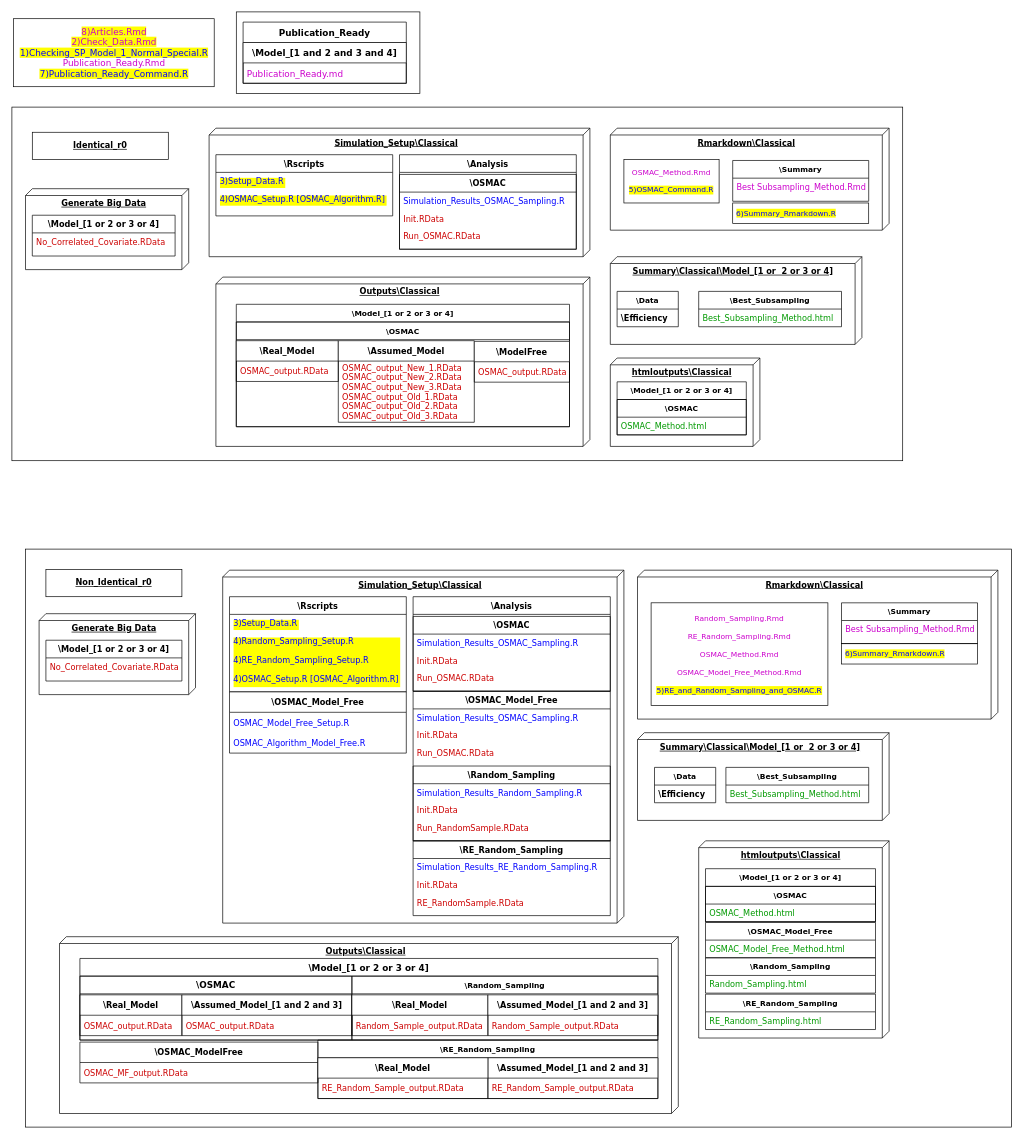
The draw.io diagram Images/Brief_FullDiagram.drawio in Amalan-ConStat/RS_OS_MROS_PR_TwoVar_Normal, before the edit. Source tidied: cells renumbered, new cells numbered last; positions are measured from the earlier drawing's top-left corner, leaving out a move shared by most shapes. Both pictures are drawn from the tidied source at 68%, with x=0, y=0 at pixel (12, 12).
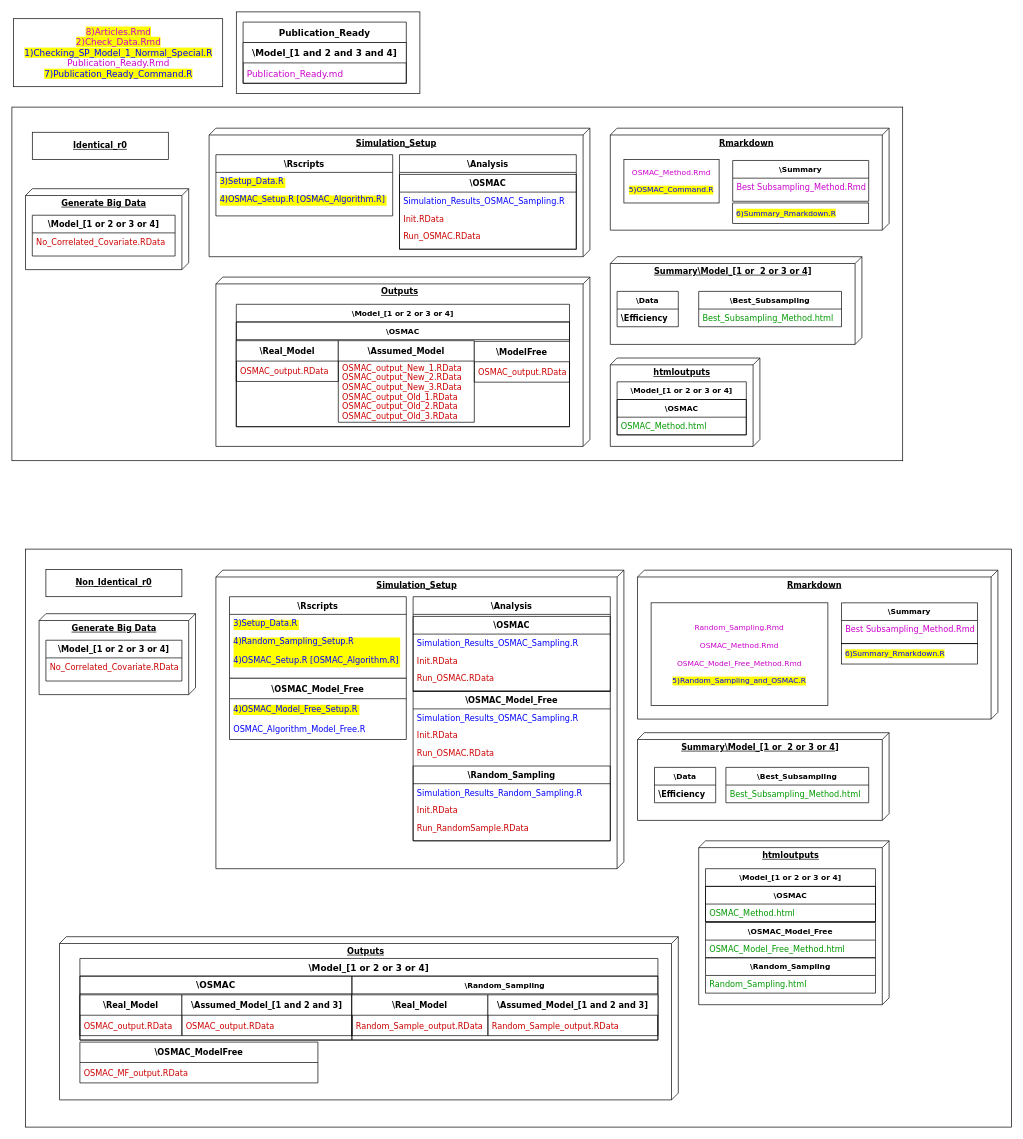
The same diagram, later.

What changed in the source:
```diff
@@
-    <mxCell id="6" value="htmloutputs\Classical&lt;br&gt;&lt;br&gt;" style="verticalAlign=top;align=center;spacingTop=8;spacingLeft=2;spacingRight=12;shape=cube;size=10;direction=south;fontStyle=5;html=1;rounded=0;shadow=0;comic=0;labelBackgroundColor=none;strokeWidth=1;fontFamily=Verdana;fontSize=12;" parent="1" vertex="1">
+    <mxCell id="6" value="htmloutputs&lt;br&gt;" style="verticalAlign=top;align=center;spacingTop=8;spacingLeft=2;spacingRight=12;shape=cube;size=10;direction=south;fontStyle=5;html=1;rounded=0;shadow=0;comic=0;labelBackgroundColor=none;strokeWidth=1;fontFamily=Verdana;fontSize=12;" parent="1" vertex="1">
       <mxGeometry x="880" y="509" width="220" height="130" as="geometry" />
     </mxCell>
-    <mxCell id="7" value="Outputs\Classical" style="verticalAlign=top;align=center;spacingTop=8;spacingLeft=2;spacingRight=12;shape=cube;size=10;direction=south;fontStyle=5;html=1;rounded=0;shadow=0;comic=0;labelBackgroundColor=none;strokeWidth=1;fontFamily=Verdana;fontSize=12;" parent="1" vertex="1">
+    <mxCell id="7" value="Outputs" style="verticalAlign=top;align=center;spacingTop=8;spacingLeft=2;spacingRight=12;shape=cube;size=10;direction=south;fontStyle=5;html=1;rounded=0;shadow=0;comic=0;labelBackgroundColor=none;strokeWidth=1;fontFamily=Verdana;fontSize=12;" parent="1" vertex="1">
       <mxGeometry x="300" y="390" width="550" height="249" as="geometry" />
     </mxCell>
-    <mxCell id="8" value="&lt;b&gt;Rmarkdown\Classical&lt;/b&gt;" style="verticalAlign=top;align=center;spacingTop=8;spacingLeft=2;spacingRight=12;shape=cube;size=10;direction=south;fontStyle=4;html=1;rounded=0;shadow=0;comic=0;labelBackgroundColor=none;strokeWidth=1;fontFamily=Verdana;fontSize=12;" parent="1" vertex="1">
+    <mxCell id="8" value="&lt;b&gt;Rmarkdown&lt;/b&gt;" style="verticalAlign=top;align=center;spacingTop=8;spacingLeft=2;spacingRight=12;shape=cube;size=10;direction=south;fontStyle=4;html=1;rounded=0;shadow=0;comic=0;labelBackgroundColor=none;strokeWidth=1;fontFamily=Verdana;fontSize=12;" parent="1" vertex="1">
       <mxGeometry x="880" y="171" width="410" height="150" as="geometry" />
     </mxCell>
-    <mxCell id="9" value="Simulation_Setup\Classical" style="verticalAlign=top;align=center;spacingTop=8;spacingLeft=2;spacingRight=12;shape=cube;size=10;direction=south;fontStyle=5;html=1;rounded=0;shadow=0;comic=0;labelBackgroundColor=none;strokeWidth=1;fontFamily=Verdana;fontSize=12;" parent="1" vertex="1">
+    <mxCell id="9" value="Simulation_Setup" style="verticalAlign=top;align=center;spacingTop=8;spacingLeft=2;spacingRight=12;shape=cube;size=10;direction=south;fontStyle=5;html=1;rounded=0;shadow=0;comic=0;labelBackgroundColor=none;strokeWidth=1;fontFamily=Verdana;fontSize=12;" parent="1" vertex="1">
       <mxGeometry x="290" y="171" width="560" height="189" as="geometry" />
     </mxCell>
-    <mxCell id="10" value="&lt;b&gt;Summary\Classical\Model_[1 or&amp;nbsp; 2 or 3 or 4]&lt;/b&gt;" style="verticalAlign=top;align=center;spacingTop=8;spacingLeft=2;spacingRight=12;shape=cube;size=10;direction=south;fontStyle=4;html=1;rounded=0;shadow=0;comic=0;labelBackgroundColor=none;strokeWidth=1;fontFamily=Verdana;fontSize=12;" parent="1" vertex="1">
+    <mxCell id="10" value="&lt;b&gt;Summary\Model_[1 or&amp;nbsp; 2 or 3 or 4]&lt;/b&gt;" style="verticalAlign=top;align=center;spacingTop=8;spacingLeft=2;spacingRight=12;shape=cube;size=10;direction=south;fontStyle=4;html=1;rounded=0;shadow=0;comic=0;labelBackgroundColor=none;strokeWidth=1;fontFamily=Verdana;fontSize=12;" parent="1" vertex="1">
       <mxGeometry x="880" y="360" width="370" height="129" as="geometry" />
     </mxCell>
@@
-    <mxCell id="22" value="&lt;font color=&quot;#0000ff&quot;&gt;&amp;nbsp;&lt;/font&gt;&lt;span style=&quot;background-color: rgb(255, 255, 0);&quot;&gt;&lt;span style=&quot;color: rgb(0, 0, 255); text-align: center;&quot;&gt;6)&lt;/span&gt;&lt;font color=&quot;#0000ff&quot;&gt;Summary_Rmarkdown.R&lt;/font&gt;&lt;/span&gt;" style="rounded=0;whiteSpace=wrap;html=1;fontSize=11;fontColor=#000000;strokeColor=#000000;fillColor=none;align=left;fontFamily=Verdana;" parent="1" vertex="1">
+    <mxCell id="22" value="&lt;font color=&quot;#0000ff&quot;&gt;&amp;nbsp;&lt;span style=&quot;background-color: rgb(255, 255, 0);&quot;&gt;6)Summary_Rmarkdown.R&lt;/span&gt;&lt;/font&gt;" style="rounded=0;whiteSpace=wrap;html=1;fontSize=11;fontColor=#000000;strokeColor=#000000;fillColor=none;align=left;fontFamily=Verdana;" parent="1" vertex="1">
       <mxGeometry x="1060" y="281" width="200" height="30" as="geometry" />
     </mxCell>
@@
-    <mxCell id="42" value="htmloutputs\Classical&lt;br&gt;&lt;br&gt;" style="verticalAlign=top;align=center;spacingTop=8;spacingLeft=2;spacingRight=12;shape=cube;size=10;direction=south;fontStyle=5;html=1;rounded=0;shadow=0;comic=0;labelBackgroundColor=none;strokeWidth=1;fontFamily=Verdana;fontSize=12;" parent="1" vertex="1">
-      <mxGeometry x="1010" y="1219" width="280" height="290" as="geometry" />
+    <mxCell id="42" value="htmloutputs&lt;br&gt;" style="verticalAlign=top;align=center;spacingTop=8;spacingLeft=2;spacingRight=12;shape=cube;size=10;direction=south;fontStyle=5;html=1;rounded=0;shadow=0;comic=0;labelBackgroundColor=none;strokeWidth=1;fontFamily=Verdana;fontSize=12;" parent="1" vertex="1">
+      <mxGeometry x="1010" y="1219" width="280" height="241" as="geometry" />
     </mxCell>
-    <mxCell id="43" value="Outputs\Classical" style="verticalAlign=top;align=center;spacingTop=8;spacingLeft=2;spacingRight=12;shape=cube;size=10;direction=south;fontStyle=5;html=1;rounded=0;shadow=0;comic=0;labelBackgroundColor=none;strokeWidth=1;fontFamily=Verdana;fontSize=12;" parent="1" vertex="1">
-      <mxGeometry x="70" y="1360" width="910" height="260" as="geometry" />
+    <mxCell id="43" value="Outputs" style="verticalAlign=top;align=center;spacingTop=8;spacingLeft=2;spacingRight=12;shape=cube;size=10;direction=south;fontStyle=5;html=1;rounded=0;shadow=0;comic=0;labelBackgroundColor=none;strokeWidth=1;fontFamily=Verdana;fontSize=12;" parent="1" vertex="1">
+      <mxGeometry x="70" y="1360" width="910" height="240" as="geometry" />
     </mxCell>
-    <mxCell id="44" value="&lt;b&gt;Rmarkdown\Classical&lt;/b&gt;" style="verticalAlign=top;align=center;spacingTop=8;spacingLeft=2;spacingRight=12;shape=cube;size=10;direction=south;fontStyle=4;html=1;rounded=0;shadow=0;comic=0;labelBackgroundColor=none;strokeWidth=1;fontFamily=Verdana;fontSize=12;" parent="1" vertex="1">
+    <mxCell id="44" value="&lt;b&gt;Rmarkdown&lt;/b&gt;" style="verticalAlign=top;align=center;spacingTop=8;spacingLeft=2;spacingRight=12;shape=cube;size=10;direction=south;fontStyle=4;html=1;rounded=0;shadow=0;comic=0;labelBackgroundColor=none;strokeWidth=1;fontFamily=Verdana;fontSize=12;" parent="1" vertex="1">
       <mxGeometry x="920" y="821" width="530" height="219" as="geometry" />
     </mxCell>
-    <mxCell id="45" value="Simulation_Setup\Classical" style="verticalAlign=top;align=center;spacingTop=8;spacingLeft=2;spacingRight=12;shape=cube;size=10;direction=south;fontStyle=5;html=1;rounded=0;shadow=0;comic=0;labelBackgroundColor=none;strokeWidth=1;fontFamily=Verdana;fontSize=12;" parent="1" vertex="1">
-      <mxGeometry x="310" y="821" width="590" height="519" as="geometry" />
+    <mxCell id="45" value="Simulation_Setup" style="verticalAlign=top;align=center;spacingTop=8;spacingLeft=2;spacingRight=12;shape=cube;size=10;direction=south;fontStyle=5;html=1;rounded=0;shadow=0;comic=0;labelBackgroundColor=none;strokeWidth=1;fontFamily=Verdana;fontSize=12;" parent="1" vertex="1">
+      <mxGeometry x="300" y="821" width="600" height="439" as="geometry" />
     </mxCell>
-    <mxCell id="46" value="&lt;b&gt;Summary\Classical\Model_[1 or&amp;nbsp; 2 or 3 or 4]&lt;/b&gt;" style="verticalAlign=top;align=center;spacingTop=8;spacingLeft=2;spacingRight=12;shape=cube;size=10;direction=south;fontStyle=4;html=1;rounded=0;shadow=0;comic=0;labelBackgroundColor=none;strokeWidth=1;fontFamily=Verdana;fontSize=12;" parent="1" vertex="1">
+    <mxCell id="46" value="&lt;b&gt;Summary\Model_[1 or&amp;nbsp; 2 or 3 or 4]&lt;/b&gt;" style="verticalAlign=top;align=center;spacingTop=8;spacingLeft=2;spacingRight=12;shape=cube;size=10;direction=south;fontStyle=4;html=1;rounded=0;shadow=0;comic=0;labelBackgroundColor=none;strokeWidth=1;fontFamily=Verdana;fontSize=12;" parent="1" vertex="1">
       <mxGeometry x="920" y="1060" width="370" height="129" as="geometry" />
     </mxCell>
@@
     <mxCell id="49" value="\Rscripts" style="swimlane;fontStyle=1;horizontal=1;startSize=26;fontFamily=Verdana;" parent="1" vertex="1">
-      <mxGeometry x="320" y="860" width="260" height="140" as="geometry" />
+      <mxGeometry x="320" y="860" width="260" height="120" as="geometry" />
     </mxCell>
@@
-    <mxCell id="51" value="4)Random_Sampling_Setup.R&#10;&#10;4)RE_Random_Sampling_Setup.R&#10;&#10;4)OSMAC_Setup.R [OSMAC_Algorithm.R]&#10;" style="text;strokeColor=none;fillColor=none;align=left;verticalAlign=top;spacingLeft=4;spacingRight=4;overflow=hidden;fontColor=#0000FF;fontFamily=Verdana;labelBackgroundColor=#FFFF00;" parent="49" vertex="1">
-      <mxGeometry y="52" width="260" height="88" as="geometry" />
+    <mxCell id="51" value="4)Random_Sampling_Setup.R&#10;&#10;4)OSMAC_Setup.R [OSMAC_Algorithm.R]&#10;" style="text;strokeColor=none;fillColor=none;align=left;verticalAlign=top;spacingLeft=4;spacingRight=4;overflow=hidden;fontColor=#0000FF;fontFamily=Verdana;labelBackgroundColor=#FFFF00;" parent="49" vertex="1">
+      <mxGeometry y="52" width="260" height="68" as="geometry" />
     </mxCell>
@@
-    <mxCell id="54" value="&lt;font color=&quot;#cc00cc&quot;&gt;Random_Sampling.Rmd&lt;br&gt;&lt;br&gt;&lt;/font&gt;&lt;span style=&quot;color: rgb(204 , 0 , 204)&quot;&gt;RE_Random_Sampling.Rmd&lt;/span&gt;&lt;font color=&quot;#cc00cc&quot;&gt;&lt;br&gt;&lt;br&gt;OSMAC_Method.Rmd&lt;br&gt;&lt;br&gt;OSMAC_Model_Free_Method.Rmd&lt;br&gt;&lt;/font&gt;&lt;br&gt;&lt;font style=&quot;background-color: rgb(255, 255, 0);&quot; color=&quot;#0000ff&quot;&gt;5)RE_and_Random_Sampling_and_OSMAC.R&lt;/font&gt;" style="whiteSpace=wrap;html=1;fontSize=11;fontColor=#000000;strokeColor=#000000;fillColor=none;align=center;fontFamily=Verdana;" parent="1" vertex="1">
+    <mxCell id="54" value="&lt;font color=&quot;#cc00cc&quot;&gt;Random_Sampling.Rmd&lt;br&gt;&lt;/font&gt;&lt;font color=&quot;#cc00cc&quot;&gt;&lt;br&gt;OSMAC_Method.Rmd&lt;br&gt;&lt;br&gt;OSMAC_Model_Free_Method.Rmd&lt;br&gt;&lt;/font&gt;&lt;br&gt;&lt;font style=&quot;background-color: rgb(255, 255, 0);&quot; color=&quot;#0000ff&quot;&gt;5)Random_Sampling_and_OSMAC.R&lt;/font&gt;" style="whiteSpace=wrap;html=1;fontSize=11;fontColor=#000000;strokeColor=#000000;fillColor=none;align=center;fontFamily=Verdana;" parent="1" vertex="1">
       <mxGeometry x="940" y="869" width="260" height="151" as="geometry" />
     </mxCell>
@@
     <mxCell id="76" value="\OSMAC_Model_Free" style="swimlane;fontStyle=1;horizontal=1;startSize=30;fontColor=#000000;fontFamily=Verdana;" parent="1" vertex="1">
-      <mxGeometry x="320" y="1000" width="260" height="90" as="geometry" />
+      <mxGeometry x="320" y="980" width="260" height="90" as="geometry" />
     </mxCell>
-    <mxCell id="77" value="OSMAC_Model_Free_Setup.R" style="text;strokeColor=none;fillColor=none;align=left;verticalAlign=middle;spacingLeft=4;spacingRight=4;overflow=hidden;fontColor=#0000FF;fontFamily=Verdana;" parent="76" vertex="1">
+    <mxCell id="77" value="4)OSMAC_Model_Free_Setup.R" style="text;strokeColor=none;fillColor=none;align=left;verticalAlign=middle;spacingLeft=4;spacingRight=4;overflow=hidden;fontColor=#0000FF;fontFamily=Verdana;labelBackgroundColor=#FFFF00;" parent="76" vertex="1">
       <mxGeometry y="30" width="260" height="30" as="geometry" />
     </mxCell>
@@
-    <mxCell id="87" value="\RE_Random_Sampling" style="swimlane;fontStyle=1;horizontal=1;startSize=26;strokeColor=#000000;fillColor=none;fontFamily=Verdana;" parent="1" vertex="1">
-      <mxGeometry x="590" y="1219" width="290" height="110" as="geometry" />
-    </mxCell>
-    <mxCell id="88" value="Simulation_Results_RE_Random_Sampling.R" style="text;strokeColor=none;fillColor=none;align=left;verticalAlign=top;spacingLeft=4;spacingRight=4;overflow=hidden;fontColor=#0000FF;fontFamily=Verdana;" parent="87" vertex="1">
-      <mxGeometry y="26" width="290" height="26" as="geometry" />
-    </mxCell>
-    <mxCell id="89" value="Init.RData" style="text;strokeColor=none;fillColor=none;align=left;verticalAlign=top;spacingLeft=4;spacingRight=4;overflow=hidden;fontColor=#CC0000;fontFamily=Verdana;" parent="87" vertex="1">
-      <mxGeometry y="52" width="290" height="26" as="geometry" />
-    </mxCell>
-    <mxCell id="90" value="RE_RandomSample.RData" style="text;strokeColor=none;fillColor=none;align=left;verticalAlign=top;spacingLeft=4;spacingRight=4;overflow=hidden;fontColor=#CC0000;fontFamily=Verdana;" parent="87" vertex="1">
-      <mxGeometry y="78" width="290" height="32" as="geometry" />
-    </mxCell>
@@
-    <mxCell id="97" value="\RE_Random_Sampling" style="swimlane;fontStyle=1;horizontal=1;startSize=26;fontSize=11;strokeColor=#000000;fillColor=none;align=center;html=0;fontFamily=Verdana;" parent="1" vertex="1">
-      <mxGeometry x="450" y="1512" width="500" height="86" as="geometry" />
-    </mxCell>
-    <mxCell id="98" value="\Assumed_Model_[1 and 2 and 3]" style="swimlane;fontStyle=1;horizontal=1;startSize=30;fontColor=#000000;fontFamily=Verdana;" parent="1" vertex="1">
-      <mxGeometry x="700" y="1538" width="250" height="60" as="geometry" />
-    </mxCell>
-    <mxCell id="99" value="RE_Random_Sample_output.RData" style="text;strokeColor=none;fillColor=none;align=left;verticalAlign=middle;spacingLeft=4;spacingRight=4;overflow=hidden;fontColor=#CC0000;fontFamily=Verdana;" parent="98" vertex="1">
-      <mxGeometry y="30" width="250" height="30" as="geometry" />
-    </mxCell>
-    <mxCell id="100" value="\Real_Model" style="swimlane;fontStyle=1;horizontal=1;startSize=30;fontColor=#000000;fontFamily=Verdana;" parent="1" vertex="1">
-      <mxGeometry x="450" y="1538" width="250" height="60" as="geometry" />
-    </mxCell>
-    <mxCell id="101" value="RE_Random_Sample_output.RData" style="text;strokeColor=none;fillColor=none;align=left;verticalAlign=middle;spacingLeft=4;spacingRight=4;overflow=hidden;fontColor=#CC0000;fontFamily=Verdana;" parent="100" vertex="1">
-      <mxGeometry y="30" width="250" height="30" as="geometry" />
-    </mxCell>
@@
-    <mxCell id="106" value="\RE_Random_Sampling" style="swimlane;fontStyle=1;horizontal=1;startSize=26;fontSize=11;strokeColor=#000000;fillColor=none;align=center;html=0;fontFamily=Verdana;" parent="1" vertex="1">
-      <mxGeometry x="1020" y="1444.5" width="250" height="52" as="geometry" />
-    </mxCell>
-    <mxCell id="107" value="RE_Random_Sampling.html" style="text;strokeColor=none;fillColor=none;align=left;verticalAlign=top;spacingLeft=4;spacingRight=4;overflow=hidden;fontColor=#009900;fontFamily=Verdana;" parent="106" vertex="1">
-      <mxGeometry y="26" width="250" height="26" as="geometry" />
-    </mxCell>
     <mxCell id="108" value="&lt;font style=&quot;font-size: 13px&quot;&gt;&lt;span style=&quot;background-color: rgb(255, 255, 0);&quot;&gt;&lt;font color=&quot;#cc00cc&quot; style=&quot;font-size: 13px&quot;&gt;8)Articles.Rmd&lt;br&gt;2)Check_Data.Rmd&lt;/font&gt;&lt;br&gt;&lt;font style=&quot;font-size: 13px&quot;&gt;1)Checking_SP_Model_1_Normal_Special.R&lt;/font&gt;&lt;/span&gt;&lt;br&gt;&lt;font color=&quot;#cc00cc&quot; style=&quot;font-size: 13px&quot;&gt;Publication_Ready.Rmd&lt;/font&gt;&lt;br&gt;&lt;font style=&quot;font-size: 13px; background-color: rgb(255, 255, 0);&quot;&gt;7)Publication_Ready_Command.R&lt;/font&gt;&lt;/font&gt;" style="rounded=0;whiteSpace=wrap;html=1;fontFamily=Verdana;fontSize=13;fontColor=#0000FF;" parent="1" vertex="1">
-      <mxGeometry x="2.5" y="10" width="295" height="100" as="geometry" />
+      <mxGeometry x="2.5" y="10" width="307.5" height="100" as="geometry" />
     </mxCell>
```
